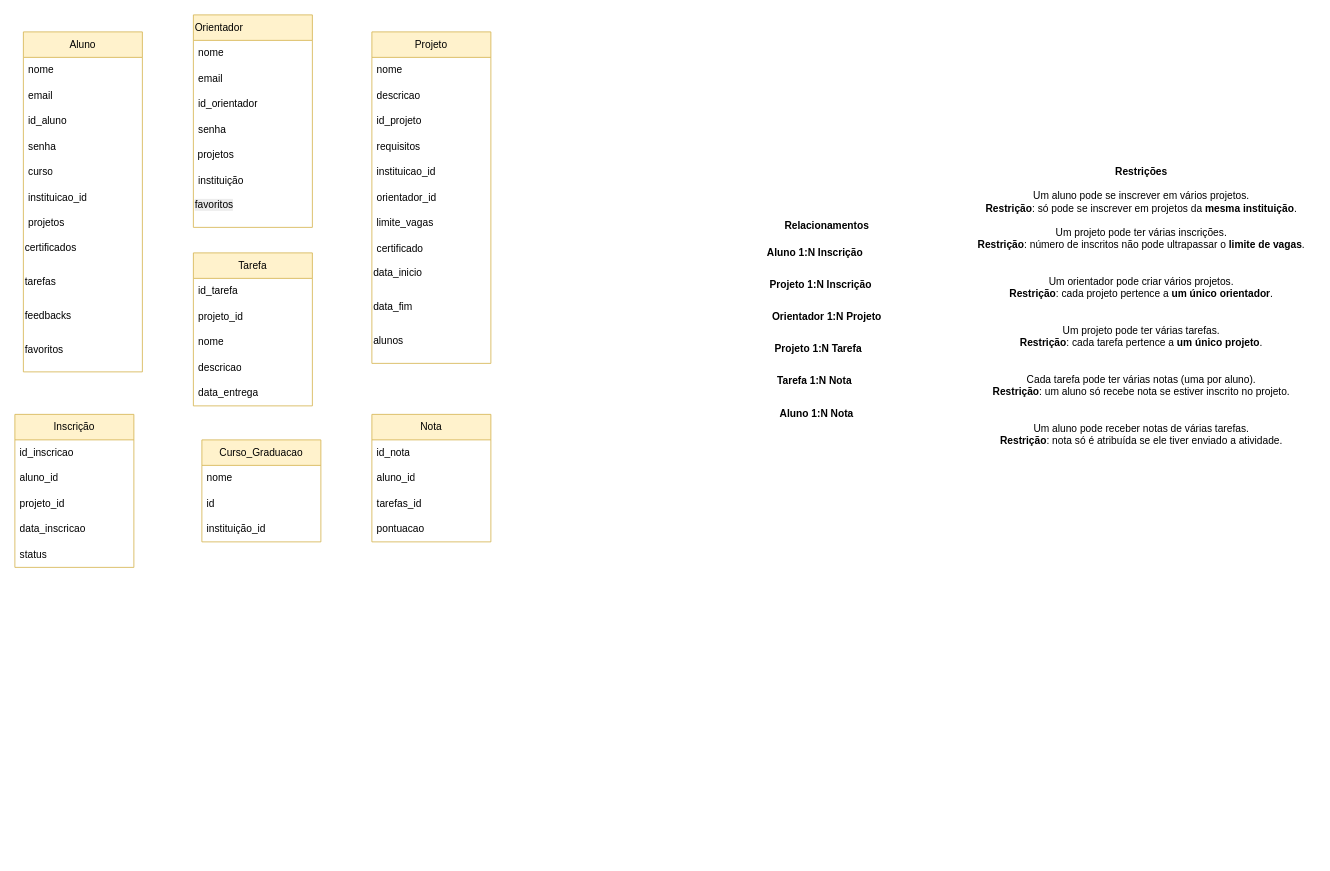
Above: page "Entidades e Restrições" (4 of 5) of Sprint2/Sprint2.drawio in BabiDoo/TI2-GRUPO25 (draw.io), before the change. Source tidied: cells renumbered, new cells numbered last; positions are measured from the earlier drawing's top-left corner, leaving out a move shared by most shapes. Both pictures are drawn from the tidied source at 85%, with x=0, y=0 at pixel (14, 14).
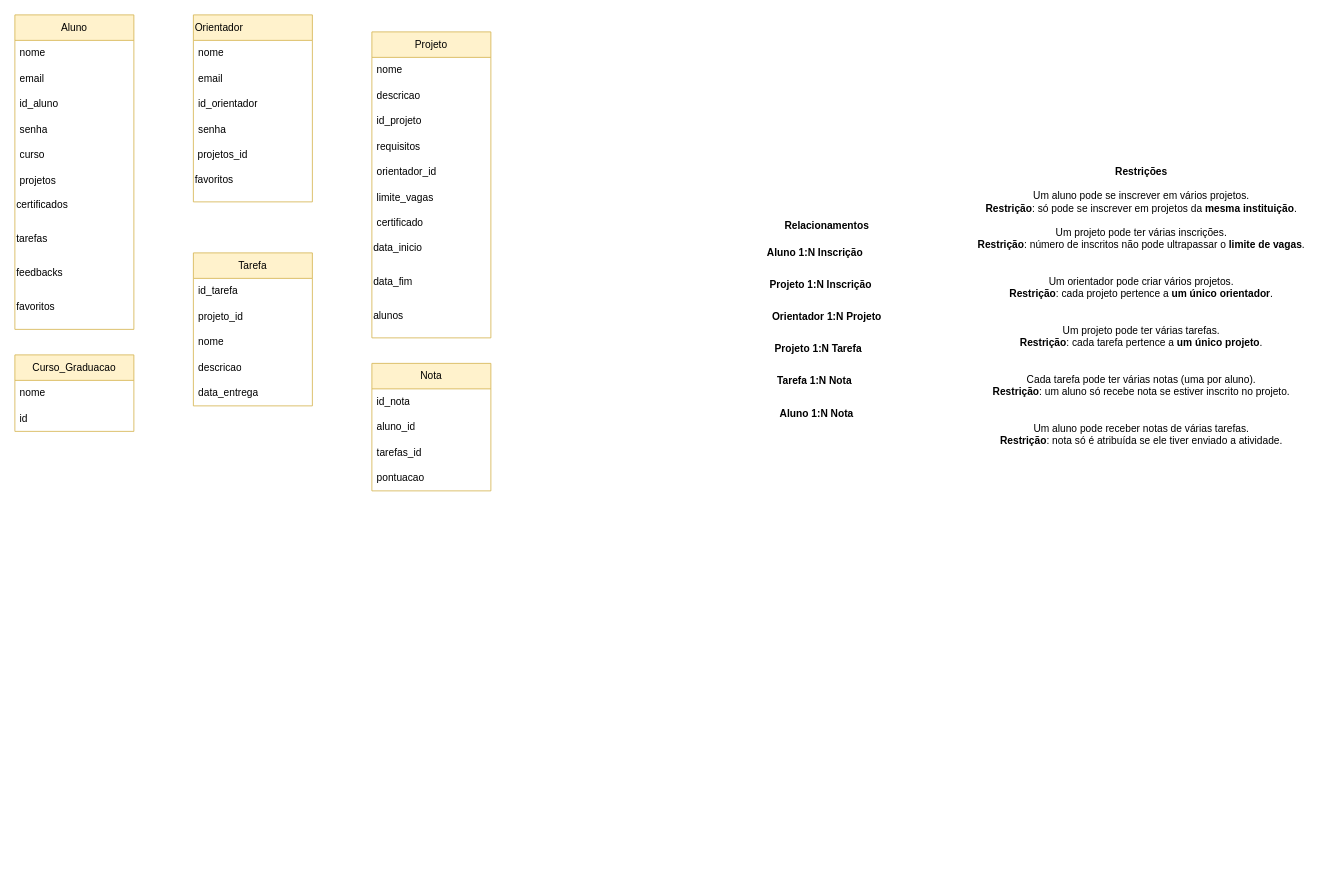
The same diagram, later.

The edit, as a diff of the source:
```diff
@@
     <mxCell id="2" value="Aluno" style="swimlane;fontStyle=0;horizontal=1;startSize=30;whiteSpace=wrap;html=1;fillColor=#fff2cc;strokeColor=#d6b656;" parent="1" vertex="1">
-      <mxGeometry x="10" y="20" width="140" height="400" as="geometry" />
+      <mxGeometry width="140" height="370" as="geometry" />
     </mxCell>
@@
-    <mxCell id="8" value="instituicao_id" style="text;strokeColor=none;fillColor=none;align=left;verticalAlign=middle;spacingLeft=4;spacingRight=4;overflow=hidden;whiteSpace=wrap;html=1;" parent="2" vertex="1">
-      <mxGeometry y="180" width="140" height="30" as="geometry" />
-    </mxCell>
     <mxCell id="9" value="projetos" style="text;strokeColor=none;fillColor=none;align=left;verticalAlign=middle;spacingLeft=4;spacingRight=4;overflow=hidden;whiteSpace=wrap;html=1;" parent="2" vertex="1">
-      <mxGeometry y="210" width="140" height="30" as="geometry" />
+      <mxGeometry y="180" width="140" height="30" as="geometry" />
     </mxCell>
     <mxCell id="10" value="certificados" style="text;whiteSpace=wrap;html=1;" parent="2" vertex="1">
-      <mxGeometry y="240" width="140" height="40" as="geometry" />
+      <mxGeometry y="210" width="140" height="40" as="geometry" />
     </mxCell>
     <mxCell id="11" value="tarefas" style="text;whiteSpace=wrap;html=1;" parent="2" vertex="1">
-      <mxGeometry y="280" width="140" height="40" as="geometry" />
+      <mxGeometry y="250" width="140" height="40" as="geometry" />
     </mxCell>
     <mxCell id="12" value="feedbacks" style="text;whiteSpace=wrap;html=1;" parent="2" vertex="1">
-      <mxGeometry y="320" width="140" height="40" as="geometry" />
+      <mxGeometry y="290" width="140" height="40" as="geometry" />
     </mxCell>
     <mxCell id="13" value="favoritos" style="text;whiteSpace=wrap;html=1;" parent="2" vertex="1">
-      <mxGeometry y="360" width="140" height="40" as="geometry" />
+      <mxGeometry y="330" width="140" height="40" as="geometry" />
     </mxCell>
     <mxCell id="14" value="Nota" style="swimlane;fontStyle=0;horizontal=1;startSize=30;whiteSpace=wrap;html=1;fillColor=#fff2cc;strokeColor=#d6b656;" parent="1" vertex="1">
-      <mxGeometry x="420" y="470" width="140" height="150" as="geometry" />
+      <mxGeometry x="420" y="410" width="140" height="150" as="geometry" />
     </mxCell>
@@
-    <mxCell id="25" value="Inscrição" style="swimlane;fontStyle=0;horizontal=1;startSize=30;whiteSpace=wrap;html=1;fillColor=#fff2cc;strokeColor=#d6b656;" parent="1" vertex="1">
-      <mxGeometry y="470" width="140" height="180" as="geometry" />
-    </mxCell>
-    <mxCell id="26" value="id_inscricao" style="text;strokeColor=none;fillColor=none;align=left;verticalAlign=middle;spacingLeft=4;spacingRight=4;overflow=hidden;whiteSpace=wrap;html=1;" parent="25" vertex="1">
-      <mxGeometry y="30" width="140" height="30" as="geometry" />
-    </mxCell>
-    <mxCell id="27" value="aluno_id" style="text;strokeColor=none;fillColor=none;align=left;verticalAlign=middle;spacingLeft=4;spacingRight=4;overflow=hidden;whiteSpace=wrap;html=1;" parent="25" vertex="1">
-      <mxGeometry y="60" width="140" height="30" as="geometry" />
-    </mxCell>
-    <mxCell id="28" value="projeto_id" style="text;strokeColor=none;fillColor=none;align=left;verticalAlign=middle;spacingLeft=4;spacingRight=4;overflow=hidden;whiteSpace=wrap;html=1;" parent="25" vertex="1">
-      <mxGeometry y="90" width="140" height="30" as="geometry" />
-    </mxCell>
-    <mxCell id="29" value="data_inscricao" style="text;strokeColor=none;fillColor=none;align=left;verticalAlign=middle;spacingLeft=4;spacingRight=4;overflow=hidden;whiteSpace=wrap;html=1;" parent="25" vertex="1">
-      <mxGeometry y="120" width="140" height="30" as="geometry" />
-    </mxCell>
-    <mxCell id="30" value="status" style="text;strokeColor=none;fillColor=none;align=left;verticalAlign=middle;spacingLeft=4;spacingRight=4;overflow=hidden;whiteSpace=wrap;html=1;" parent="25" vertex="1">
-      <mxGeometry y="150" width="140" height="30" as="geometry" />
-    </mxCell>
     <mxCell id="31" value="Projeto" style="swimlane;fontStyle=0;horizontal=1;startSize=30;whiteSpace=wrap;html=1;fillColor=#fff2cc;strokeColor=#d6b656;" parent="1" vertex="1">
-      <mxGeometry x="420" y="20" width="140" height="390" as="geometry" />
+      <mxGeometry x="420" y="20" width="140" height="360" as="geometry" />
     </mxCell>
@@
-    <mxCell id="36" value="instituicao_id" style="text;strokeColor=none;fillColor=none;align=left;verticalAlign=middle;spacingLeft=4;spacingRight=4;overflow=hidden;whiteSpace=wrap;html=1;" parent="31" vertex="1">
-      <mxGeometry y="150" width="140" height="30" as="geometry" />
-    </mxCell>
     <mxCell id="37" value="orientador_id" style="text;strokeColor=none;fillColor=none;align=left;verticalAlign=middle;spacingLeft=4;spacingRight=4;overflow=hidden;whiteSpace=wrap;html=1;" parent="31" vertex="1">
-      <mxGeometry y="180" width="140" height="30" as="geometry" />
+      <mxGeometry y="150" width="140" height="30" as="geometry" />
     </mxCell>
     <mxCell id="38" value="limite_vagas" style="text;strokeColor=none;fillColor=none;align=left;verticalAlign=middle;spacingLeft=4;spacingRight=4;overflow=hidden;whiteSpace=wrap;html=1;" parent="31" vertex="1">
-      <mxGeometry y="210" width="140" height="30" as="geometry" />
+      <mxGeometry y="180" width="140" height="30" as="geometry" />
     </mxCell>
     <mxCell id="39" value="certificado" style="text;strokeColor=none;fillColor=none;align=left;verticalAlign=middle;spacingLeft=4;spacingRight=4;overflow=hidden;whiteSpace=wrap;html=1;" parent="31" vertex="1">
-      <mxGeometry y="240" width="140" height="30" as="geometry" />
+      <mxGeometry y="210" width="140" height="30" as="geometry" />
     </mxCell>
     <mxCell id="40" value="data_inicio" style="text;whiteSpace=wrap;html=1;" parent="31" vertex="1">
-      <mxGeometry y="270" width="140" height="40" as="geometry" />
+      <mxGeometry y="240" width="140" height="40" as="geometry" />
     </mxCell>
     <mxCell id="41" value="data_fim" style="text;whiteSpace=wrap;html=1;" parent="31" vertex="1">
-      <mxGeometry y="310" width="140" height="40" as="geometry" />
+      <mxGeometry y="280" width="140" height="40" as="geometry" />
     </mxCell>
     <mxCell id="42" value="alunos" style="text;whiteSpace=wrap;html=1;" parent="31" vertex="1">
-      <mxGeometry y="350" width="140" height="40" as="geometry" />
+      <mxGeometry y="320" width="140" height="40" as="geometry" />
     </mxCell>
     <mxCell id="43" value="Orientador" style="swimlane;fontStyle=0;horizontal=1;startSize=30;whiteSpace=wrap;html=1;fillColor=#fff2cc;strokeColor=#d6b656;align=left;" parent="1" vertex="1">
-      <mxGeometry x="210" width="140" height="250" as="geometry" />
+      <mxGeometry x="210" width="140" height="220" as="geometry" />
     </mxCell>
@@
-    <mxCell id="48" value="&amp;nbsp;projetos" style="text;html=1;align=left;verticalAlign=middle;strokeColor=none;fillColor=none;" parent="43" vertex="1">
+    <mxCell id="48" value="&amp;nbsp;projetos_id" style="text;html=1;align=left;verticalAlign=middle;strokeColor=none;fillColor=none;" parent="43" vertex="1">
       <mxGeometry y="150" width="140" height="30" as="geometry" />
     </mxCell>
-    <mxCell id="49" value="instituição" style="text;strokeColor=none;fillColor=none;align=left;verticalAlign=middle;spacingLeft=4;spacingRight=4;overflow=hidden;whiteSpace=wrap;html=1;" parent="43" vertex="1">
-      <mxGeometry y="180" width="140" height="30" as="geometry" />
-    </mxCell>
-    <mxCell id="50" value="&lt;span style=&quot;color: rgb(0, 0, 0); font-family: Helvetica; font-size: 12px; font-style: normal; font-variant-ligatures: normal; font-variant-caps: normal; font-weight: 400; letter-spacing: normal; orphans: 2; text-align: left; text-indent: 0px; text-transform: none; widows: 2; word-spacing: 0px; -webkit-text-stroke-width: 0px; white-space: normal; background-color: rgb(236, 236, 236); text-decoration-thickness: initial; text-decoration-style: initial; text-decoration-color: initial; display: inline !important; float: none;&quot;&gt;favoritos&lt;/span&gt;" style="text;whiteSpace=wrap;html=1;" parent="43" vertex="1">
-      <mxGeometry y="210" width="140" height="40" as="geometry" />
+    <mxCell id="50" value="favoritos" style="text;whiteSpace=wrap;html=1;" parent="43" vertex="1">
+      <mxGeometry y="180" width="140" height="40" as="geometry" />
     </mxCell>
@@
     <mxCell id="53" value="Curso_Graduacao" style="swimlane;fontStyle=0;horizontal=1;startSize=30;whiteSpace=wrap;html=1;fillColor=#fff2cc;strokeColor=#d6b656;" parent="1" vertex="1">
-      <mxGeometry x="220" y="500" width="140" height="120" as="geometry" />
+      <mxGeometry y="400" width="140" height="90" as="geometry" />
     </mxCell>
@@
-    <mxCell id="56" value="instituição_id" style="text;strokeColor=none;fillColor=none;align=left;verticalAlign=middle;spacingLeft=4;spacingRight=4;overflow=hidden;whiteSpace=wrap;html=1;" parent="53" vertex="1">
-      <mxGeometry y="90" width="140" height="30" as="geometry" />
-    </mxCell>
```
